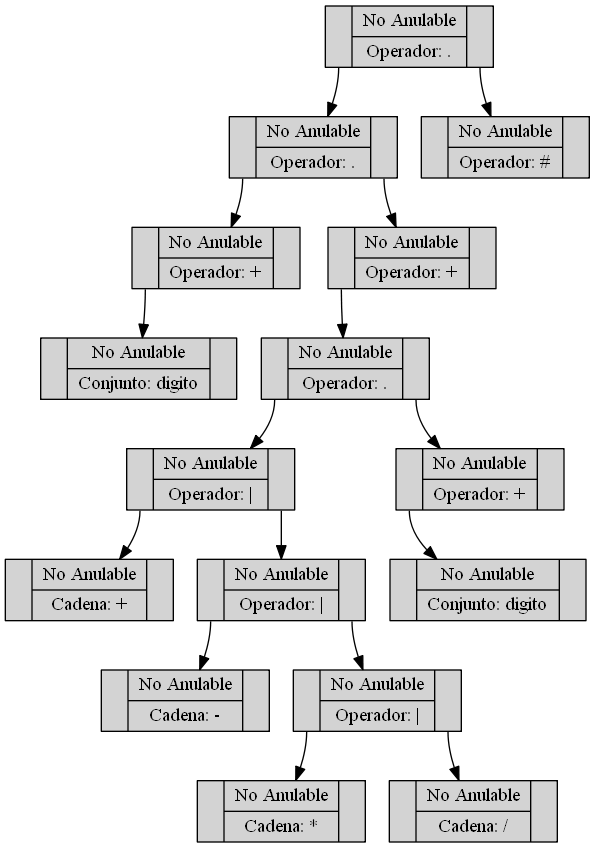
SelvinLP/-OLC1-Practica1_201701133 keeps this Graphviz diagram as OLC1_Practica1_201701133/Arbol3.png. Above is the earlier version. Its source is kept beside it as OLC1_Practica1_201701133/Arbol3.dot. The source it was exported from:
```dot
digraph ARBOL {
rankdir=TB
node[shape=record,style=filled]
"0"[label ="<C0>|{<C1>No Anulable|Operador: \.}|<C2>"];
"2"[label ="<C0>|{<C1>No Anulable|Operador: \.}|<C2>"];
"4"[label ="<C0>|{<C1>No Anulable|Operador: \+}|<C2>"];
"5"[label ="<C0>|{<C1>No Anulable|Conjunto: digito}|<C2>"];
"4":C0->"5";
"2":C0->"4";
"6"[label ="<C0>|{<C1>No Anulable|Operador: \+}|<C2>"];
"7"[label ="<C0>|{<C1>No Anulable|Operador: \.}|<C2>"];
"8"[label ="<C0>|{<C1>No Anulable|Operador: \|}|<C2>"];
"9"[label ="<C0>|{<C1>No Anulable|Cadena: \+}|<C2>"];
"8":C0->"9";
"10"[label ="<C0>|{<C1>No Anulable|Operador: \|}|<C2>"];
"11"[label ="<C0>|{<C1>No Anulable|Cadena: \-}|<C2>"];
"10":C0->"11";
"12"[label ="<C0>|{<C1>No Anulable|Operador: \|}|<C2>"];
"13"[label ="<C0>|{<C1>No Anulable|Cadena: \*}|<C2>"];
"12":C0->"13";
"14"[label ="<C0>|{<C1>No Anulable|Cadena: \/}|<C2>"];
"12":C2->"14";
"10":C2->"12";
"8":C2->"10";
"7":C0->"8";
"15"[label ="<C0>|{<C1>No Anulable|Operador: \+}|<C2>"];
"16"[label ="<C0>|{<C1>No Anulable|Conjunto: digito}|<C2>"];
"15":C0->"16";
"7":C2->"15";
"6":C0->"7";
"2":C2->"6";
"0":C0->"2";
"1"[label ="<C0>|{<C1>No Anulable|Operador: \#}|<C2>"];
"0":C2->"1";

}
```
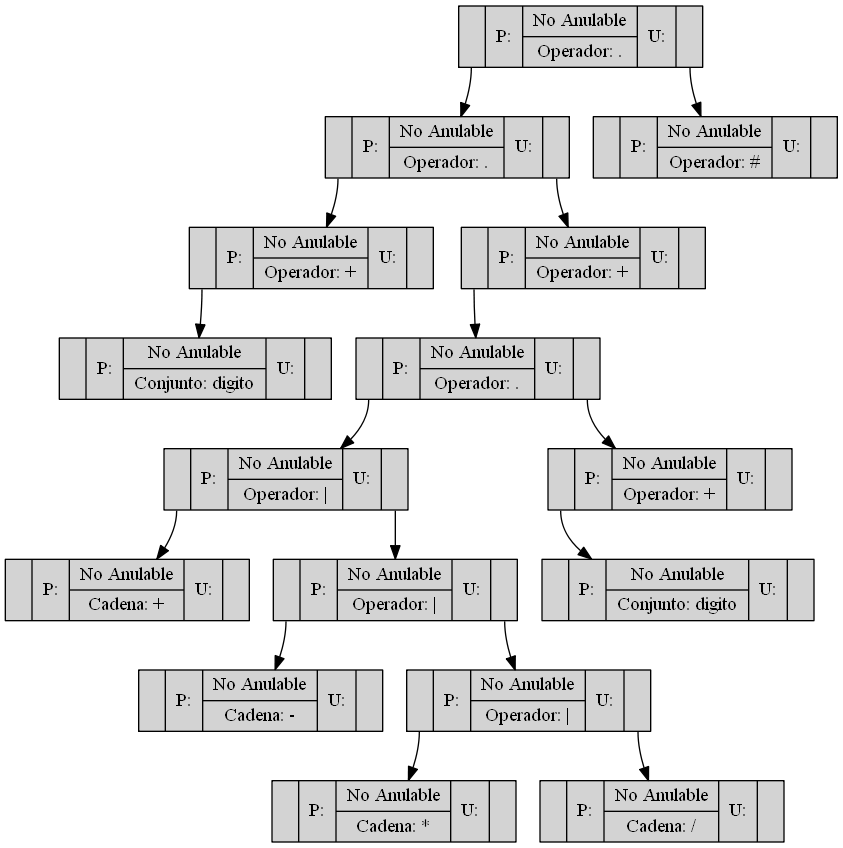
Above is the later version.

Diff of the diagram source:
```diff
@@ -1,36 +1,36 @@
 digraph ARBOL {
 rankdir=TB
 node[shape=record,style=filled]
-"0"[label ="<C0>|{<C1>No Anulable|Operador: \.}|<C2>"];
-"2"[label ="<C0>|{<C1>No Anulable|Operador: \.}|<C2>"];
-"4"[label ="<C0>|{<C1>No Anulable|Operador: \+}|<C2>"];
-"5"[label ="<C0>|{<C1>No Anulable|Conjunto: digito}|<C2>"];
+"0"[label ="<C0>|P:|{<C1>No Anulable|Operador: \.}|U:|<C2>"];
+"2"[label ="<C0>|P:|{<C1>No Anulable|Operador: \.}|U:|<C2>"];
+"4"[label ="<C0>|P:|{<C1>No Anulable|Operador: \+}|U:|<C2>"];
+"5"[label ="<C0>|P:|{<C1>No Anulable|Conjunto: digito}|U:|<C2>"];
 "4":C0->"5";
 "2":C0->"4";
-"6"[label ="<C0>|{<C1>No Anulable|Operador: \+}|<C2>"];
-"7"[label ="<C0>|{<C1>No Anulable|Operador: \.}|<C2>"];
-"8"[label ="<C0>|{<C1>No Anulable|Operador: \|}|<C2>"];
-"9"[label ="<C0>|{<C1>No Anulable|Cadena: \+}|<C2>"];
+"6"[label ="<C0>|P:|{<C1>No Anulable|Operador: \+}|U:|<C2>"];
+"7"[label ="<C0>|P:|{<C1>No Anulable|Operador: \.}|U:|<C2>"];
+"8"[label ="<C0>|P:|{<C1>No Anulable|Operador: \|}|U:|<C2>"];
+"9"[label ="<C0>|P:|{<C1>No Anulable|Cadena: \+}|U:|<C2>"];
 "8":C0->"9";
-"10"[label ="<C0>|{<C1>No Anulable|Operador: \|}|<C2>"];
-"11"[label ="<C0>|{<C1>No Anulable|Cadena: \-}|<C2>"];
+"10"[label ="<C0>|P:|{<C1>No Anulable|Operador: \|}|U:|<C2>"];
+"11"[label ="<C0>|P:|{<C1>No Anulable|Cadena: \-}|U:|<C2>"];
 "10":C0->"11";
-"12"[label ="<C0>|{<C1>No Anulable|Operador: \|}|<C2>"];
-"13"[label ="<C0>|{<C1>No Anulable|Cadena: \*}|<C2>"];
+"12"[label ="<C0>|P:|{<C1>No Anulable|Operador: \|}|U:|<C2>"];
+"13"[label ="<C0>|P:|{<C1>No Anulable|Cadena: \*}|U:|<C2>"];
 "12":C0->"13";
-"14"[label ="<C0>|{<C1>No Anulable|Cadena: \/}|<C2>"];
+"14"[label ="<C0>|P:|{<C1>No Anulable|Cadena: \/}|U:|<C2>"];
 "12":C2->"14";
 "10":C2->"12";
 "8":C2->"10";
 "7":C0->"8";
-"15"[label ="<C0>|{<C1>No Anulable|Operador: \+}|<C2>"];
-"16"[label ="<C0>|{<C1>No Anulable|Conjunto: digito}|<C2>"];
+"15"[label ="<C0>|P:|{<C1>No Anulable|Operador: \+}|U:|<C2>"];
+"16"[label ="<C0>|P:|{<C1>No Anulable|Conjunto: digito}|U:|<C2>"];
 "15":C0->"16";
 "7":C2->"15";
 "6":C0->"7";
 "2":C2->"6";
 "0":C0->"2";
-"1"[label ="<C0>|{<C1>No Anulable|Operador: \#}|<C2>"];
+"1"[label ="<C0>|P:|{<C1>No Anulable|Operador: \#}|U:|<C2>"];
 "0":C2->"1";
 
 }
```
